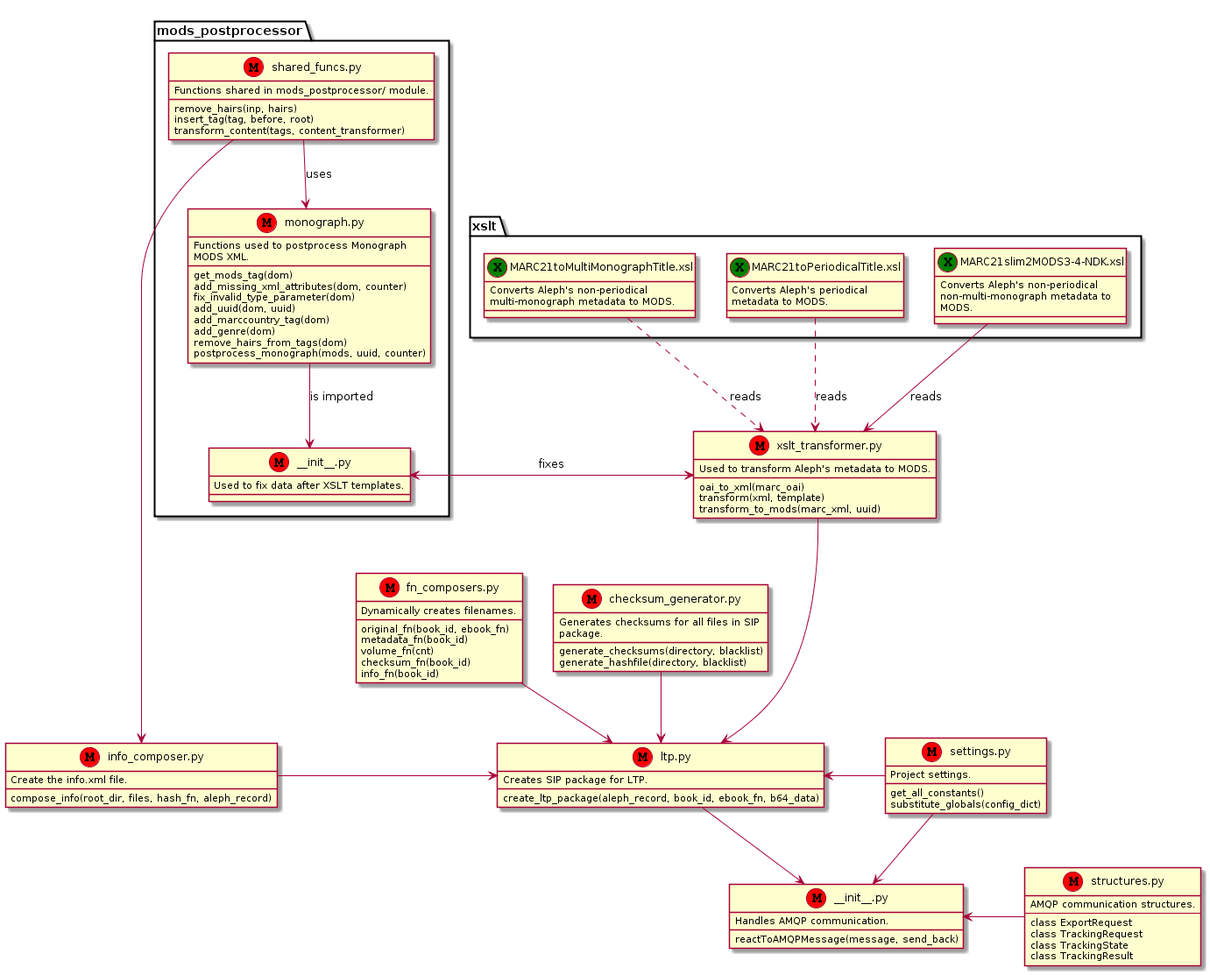
Earlier version of the PlantUML export docs/_static/relations.png (edeposit/edeposit.amqp.ltp).
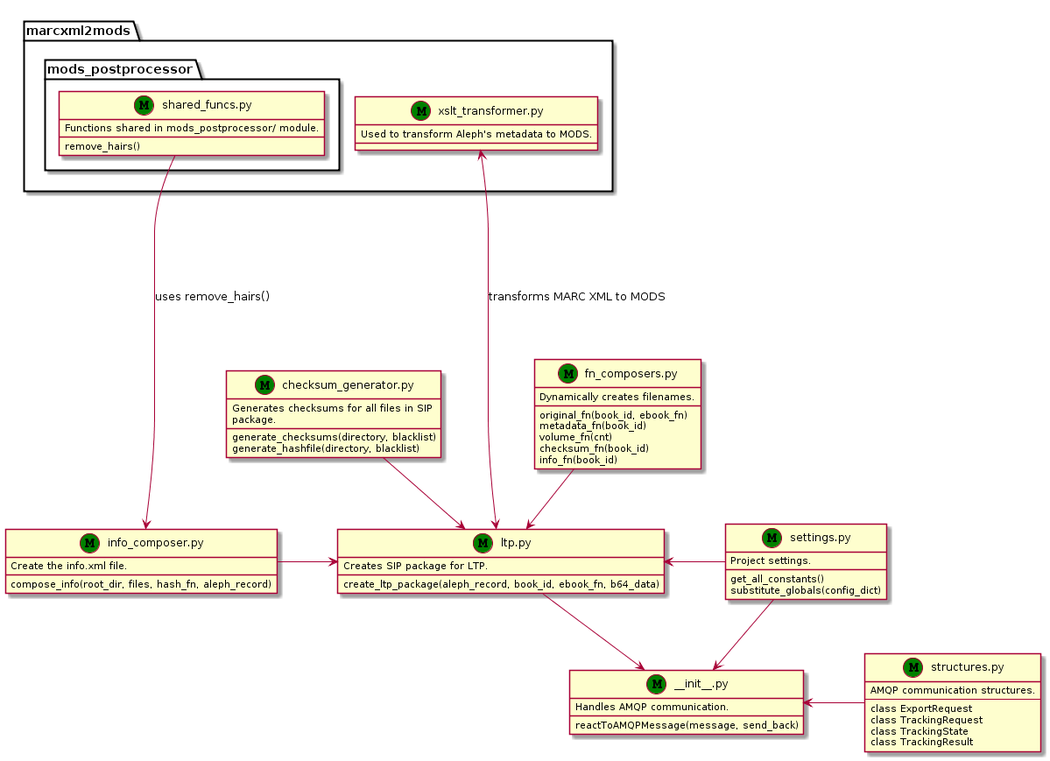
After the commit.

Change to the diagram source:
```diff
@@ -1,33 +1,18 @@
 @startuml
-package xslt {
-    class mods_nonp_single as "MARC21slim2MODS3-4-NDK.xsl" <<X, Green>> {
-        Converts Aleph's non-periodical
-        non-multi-monograph metadata to
-        MODS.
+package marcxml2mods {
+    class xslt_transformer as "xslt_transformer.py" <<M, Green>> {
+        Used to transform Aleph's metadata to MODS.
     }
-    class mods_nonp_multi as "MARC21toMultiMonographTitle.xsl" <<X, Green>> {
-        Converts Aleph's non-periodical
-        multi-monograph metadata to MODS.
-    }
-    class mods_per as "MARC21toPeriodicalTitle.xsl" <<X, Green>> {
-        Converts Aleph's periodical
-        metadata to MODS.
+    package mods_postprocessor {
+        class shared_funcs as "shared_funcs.py" <<M, Green>> {
+            Functions shared in mods_postprocessor/ module.
+
+            remove_hairs()
+        }
     }
 }
 
-class xslt_transformer as "xslt_transformer.py" <<M, Red>> {
-    Used to transform Aleph's metadata to MODS.
-
-    oai_to_xml(marc_oai)
-    transform(xml, template)
-    transform_to_mods(marc_xml, uuid)
-}
-
-mods_nonp_single -d-> xslt_transformer: reads
-mods_nonp_multi .d.> xslt_transformer: reads
-mods_per .d.> xslt_transformer: reads
-
-class fn_composers as "fn_composers.py" <<M, Red>> {
+class fn_composers as "fn_composers.py" <<M, Green>> {
     Dynamically creates filenames.
 
     original_fn(book_id, ebook_fn)
@@ -37,7 +22,7 @@
     info_fn(book_id)
 }
 
-class checksum_generator as "checksum_generator.py" <<M, Red>> {
+class checksum_generator as "checksum_generator.py" <<M, Green>> {
     Generates checksums for all files in SIP
     package.
 
@@ -45,45 +30,14 @@
     generate_hashfile(directory, blacklist)
 }
 
-package mods_postprocessor {
-    class mp_init as "_?_init__.py" <<M, Red>> {
-        Used to fix data after XSLT templates.
-
-    }
-    class shared_funcs as "shared_funcs.py" <<M, Red>> {
-        Functions shared in mods_postprocessor/ module.
-
-        remove_hairs(inp, hairs)
-        insert_tag(tag, before, root)
-        transform_content(tags, content_transformer)
-    }
-    class monograph as "monograph.py" <<M, Red>> {
-        Functions used to postprocess Monograph
-        MODS XML.
-
-        get_mods_tag(dom)
-        add_missing_xml_attributes(dom, counter)
-        fix_invalid_type_parameter(dom)
-        add_uuid(dom, uuid)
-        add_marccountry_tag(dom)
-        add_genre(dom)
-        remove_hairs_from_tags(dom)
-        postprocess_monograph(mods, uuid, counter)
-    }
-}
-
-shared_funcs -d-> monograph: uses
-monograph -d-> mp_init: is imported
-
-
-class settings as "settings.py" <<M, Red>> {
+class settings as "settings.py" <<M, Green>> {
     Project settings.
 
     get_all_constants()
     substitute_globals(config_dict)
 }
 
-class structures as "structures.py" <<M, Red>> {
+class structures as "structures.py" <<M, Green>> {
     AMQP communication structures.
     ---
     class ExportRequest
@@ -92,27 +46,27 @@
     class TrackingResult
 }
 
-class info_composer as "info_composer.py" <<M, Red>> {
+class info_composer as "info_composer.py" <<M, Green>> {
     Create the info.xml file.
 
     compose_info(root_dir, files, hash_fn, aleph_record)
 }
 
-class ltp as "ltp.py" <<M, Red>> {
+class ltp as "ltp.py" <<M, Green>> {
     Creates SIP package for LTP.
 
     create_ltp_package(aleph_record, book_id, ebook_fn, b64_data)
 }
 
-class init as "_?_init__.py" <<M, Red>> {
+class init as "_?_init__.py" <<M, Green>> {
     Handles AMQP communication.
 
     reactToAMQPMessage(message, send_back)
 }
 
-shared_funcs -d----> info_composer
+shared_funcs -d----> info_composer: uses remove_hairs()
+xslt_transformer <--d-> ltp: transforms MARC XML to MODS
 
-xslt_transformer --d-> ltp
 settings -l-> ltp
 
 fn_composers -d-> ltp
@@ -122,7 +76,4 @@
 ltp -d-> init
 structures -l-> init
 settings -d-> init
-
-mp_init -r-> xslt_transformer: fixes
-xslt_transformer --> mp_init
 @enduml
```
